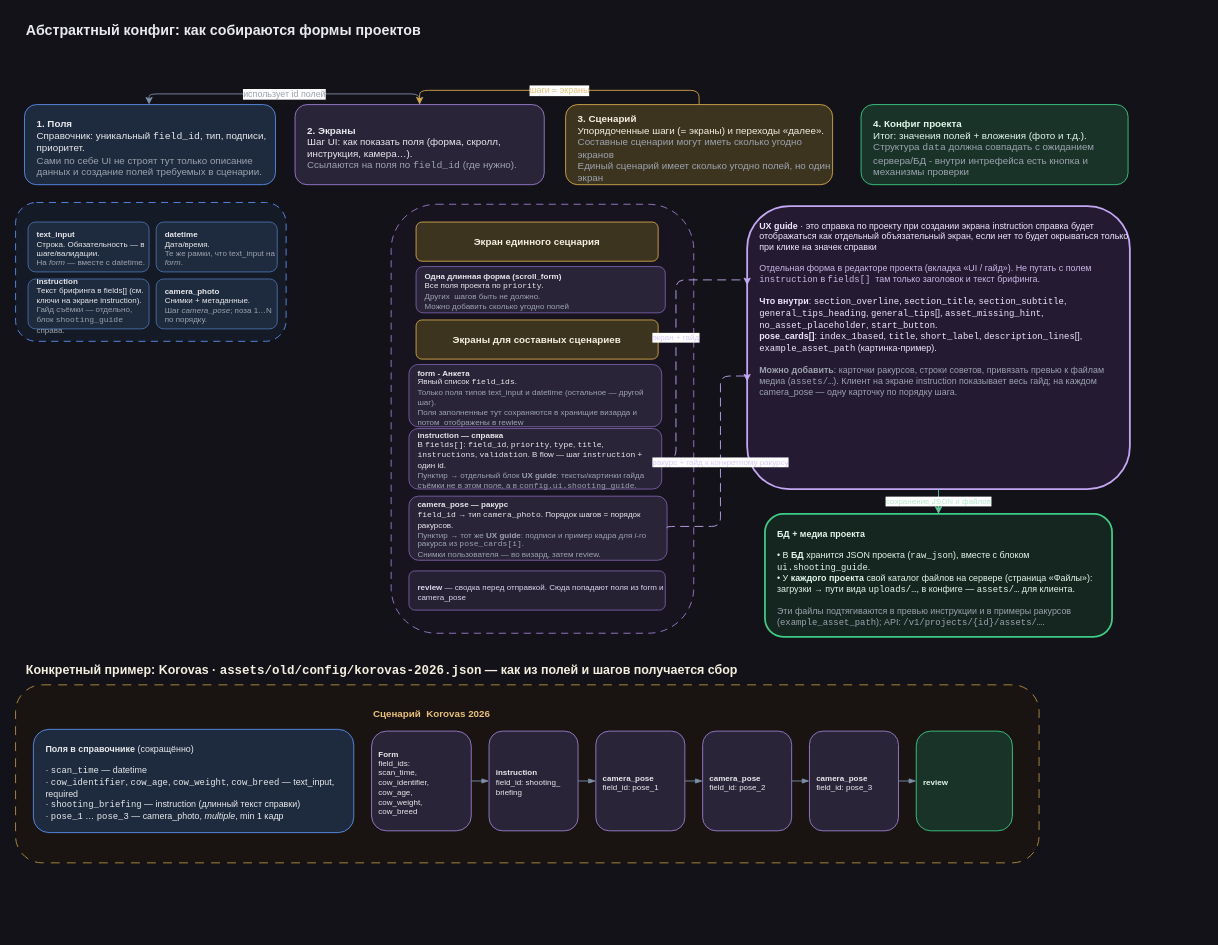
epoch8/data-collector keeps this draw.io diagram as specs/main-scheme/01-abstract-config-entities.drawio. Above is the earlier version. Source tidied: cells renumbered, new cells numbered last; positions are measured from the earlier drawing's top-left corner, leaving out a move shared by most shapes. Both pictures are drawn from the tidied source at 89%, with x=0, y=0 at pixel (15, 15).
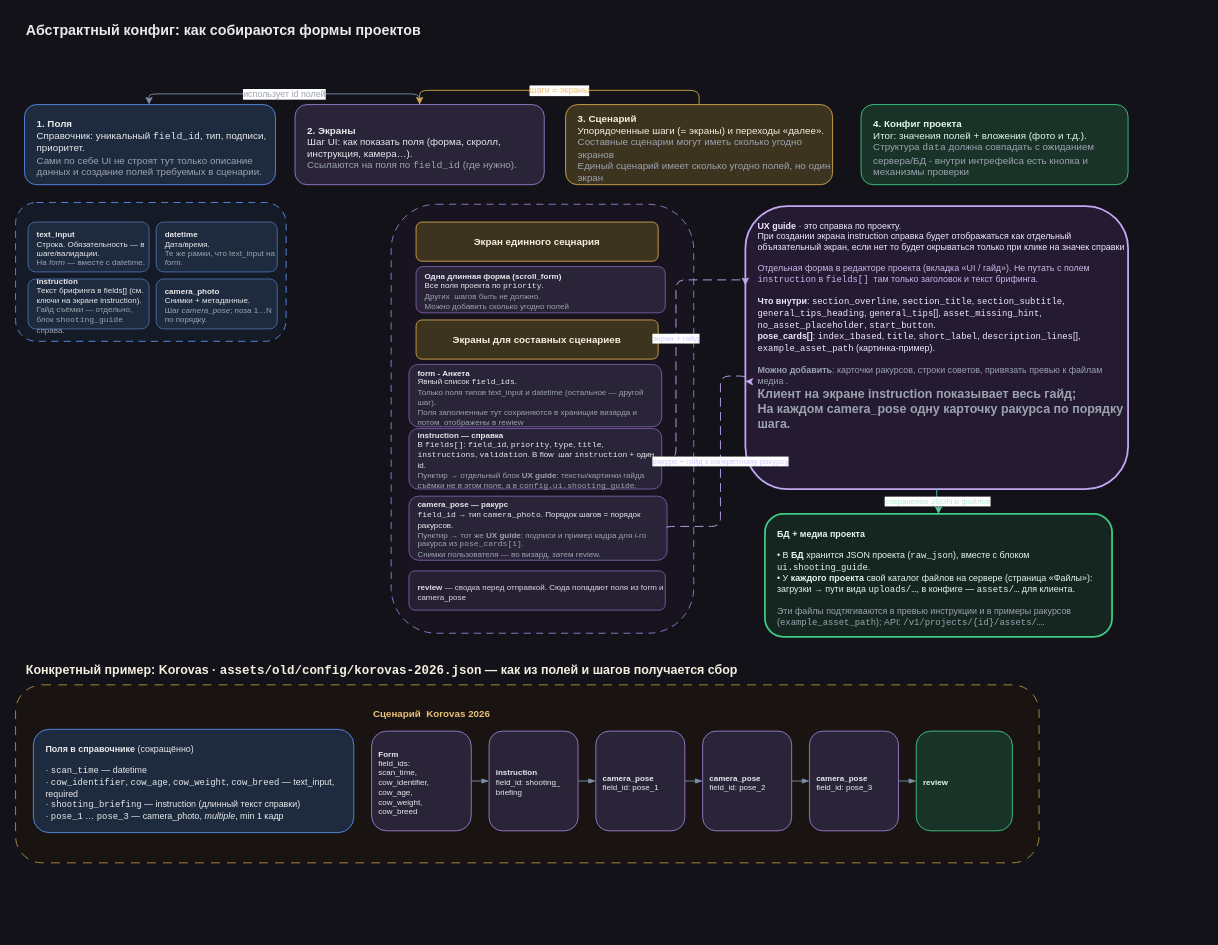
The same page after the edit.

Unchanged cells that the change refers to:
```xml
<mxCell id="25" style="group;" parent="1" vertex="1">
  <mxGeometry x="422" y="212" width="340" height="482" as="geometry" />
</mxCell>
```

The edit, as a diff of the source:
```diff
@@
-    <mxCell id="29" value="&lt;b&gt;instruction — справка&lt;/b&gt;&lt;br&gt;В &lt;code&gt;fields[]&lt;/code&gt;: &lt;code&gt;field_id&lt;/code&gt;, &lt;code&gt;priority&lt;/code&gt;, &lt;code&gt;type&lt;/code&gt;, &lt;code&gt;title&lt;/code&gt;, &lt;code&gt;instructions&lt;/code&gt;, &lt;code&gt;validation&lt;/code&gt;. В flow — шаг &lt;code&gt;instruction&lt;/code&gt; + один id.&lt;br&gt;&lt;span style=&quot;color:#9CA3AF&quot;&gt;Пунктир → отдельный блок &lt;b&gt;UX guide&lt;/b&gt;: тексты/картинки гайда съёмки не в этом поле, а в &lt;code&gt;config.ui.shooting_guide&lt;/code&gt;.&lt;/span&gt;" style="rounded=1;whiteSpace=wrap;html=1;align=left;spacingLeft=8;spacingTop=4;fillColor=#2a2438;strokeColor=#7a5fa8;fontColor=#E8EAED;fontSize=9;" parent="25" vertex="1">
+    <mxCell id="29" value="&lt;b&gt;instruction — справка&lt;/b&gt;&lt;br&gt;В &lt;code&gt;fields[]&lt;/code&gt;: &lt;code&gt;field_id&lt;/code&gt;, &lt;code&gt;priority&lt;/code&gt;, &lt;code&gt;type&lt;/code&gt;, &lt;code&gt;title&lt;/code&gt;, &lt;code&gt;instructions&lt;/code&gt;, &lt;code&gt;validation&lt;/code&gt;. В flow&amp;nbsp; шаг &lt;code&gt;instruction&lt;/code&gt; + один id.&lt;br&gt;&lt;span style=&quot;color:#9CA3AF&quot;&gt;Пунктир → отдельный блок &lt;b&gt;UX guide&lt;/b&gt;: тексты/картинки гайда съёмки не в этом поле, а в &lt;code&gt;config.ui.shooting_guide&lt;/code&gt;.&lt;/span&gt;" style="rounded=1;whiteSpace=wrap;html=1;align=left;spacingLeft=8;spacingTop=4;fillColor=#2a2438;strokeColor=#7a5fa8;fontColor=#E8EAED;fontSize=9;" parent="25" vertex="1">
       <mxGeometry x="20" y="252" width="284" height="68" as="geometry" />
     </mxCell>
@@
-    <mxCell id="41" value="&lt;b&gt;UX guide&lt;/b&gt; · это справка по проекту при создании экрана instruction справка будет отображаться как отдельный объязательный экран, если нет то будет окрываться только при клике на значек справки&lt;br&gt;&lt;br&gt;&lt;span style=&quot;color:#C9B8E8&quot;&gt;Отдельная форма в редакторе проекта (вкладка «UI / гайд»). Не путать с полем &lt;code&gt;instruction&lt;/code&gt; в &lt;code&gt;fields[]&lt;/code&gt;&amp;nbsp; там только заголовок и текст брифинга.&lt;/span&gt;&lt;br&gt;&lt;br&gt;&lt;b&gt;Что внутри&lt;/b&gt;: &lt;code&gt;section_overline&lt;/code&gt;, &lt;code&gt;section_title&lt;/code&gt;, &lt;code&gt;section_subtitle&lt;/code&gt;, &lt;code&gt;general_tips_heading&lt;/code&gt;, &lt;code&gt;general_tips&lt;/code&gt;[], &lt;code&gt;asset_missing_hint&lt;/code&gt;, &lt;code&gt;no_asset_placeholder&lt;/code&gt;, &lt;code&gt;start_button&lt;/code&gt;.&lt;br&gt;&lt;b&gt;pose_cards[]&lt;/b&gt;: &lt;code&gt;index_1based&lt;/code&gt;, &lt;code&gt;title&lt;/code&gt;, &lt;code&gt;short_label&lt;/code&gt;, &lt;code&gt;description_lines&lt;/code&gt;[], &lt;code&gt;example_asset_path&lt;/code&gt; (картинка-пример).&lt;br&gt;&lt;br&gt;&lt;span style=&quot;color:#9CA3AF&quot;&gt;&lt;b&gt;Можно добавить&lt;/b&gt;: карточки ракурсов, строки советов, привязать превью к файлам медиа (&lt;code&gt;assets/…&lt;/code&gt;). Клиент на экране instruction показывает весь гайд; на каждом camera_pose — одну карточку по порядку шага.&lt;/span&gt;" style="rounded=1;whiteSpace=wrap;html=1;align=left;verticalAlign=top;spacingLeft=12;spacingTop=10;fillColor=#241a32;strokeColor=#C4A8F5;strokeWidth=2;fontColor=#F0E8FF;fontSize=10;" parent="1" vertex="1">
-      <mxGeometry x="822" y="214" width="430" height="318" as="geometry" />
+    <mxCell id="41" value="&lt;b&gt;UX guide&lt;/b&gt; · это справка по проекту. &lt;br&gt;При создании экрана instruction справка будет отображаться как отдельный объязательный экран, если нет то будет окрываться только при клике на значек справки&lt;br&gt;&lt;br&gt;&lt;span style=&quot;color:#C9B8E8&quot;&gt;Отдельная форма в редакторе проекта (вкладка «UI / гайд»). Не путать с полем &lt;code&gt;instruction&lt;/code&gt; в &lt;code&gt;fields[]&lt;/code&gt;&amp;nbsp; там только заголовок и текст брифинга.&lt;/span&gt;&lt;br&gt;&lt;br&gt;&lt;b&gt;Что внутри&lt;/b&gt;: &lt;code&gt;section_overline&lt;/code&gt;, &lt;code&gt;section_title&lt;/code&gt;, &lt;code&gt;section_subtitle&lt;/code&gt;, &lt;code&gt;general_tips_heading&lt;/code&gt;, &lt;code&gt;general_tips&lt;/code&gt;[], &lt;code&gt;asset_missing_hint&lt;/code&gt;, &lt;code&gt;no_asset_placeholder&lt;/code&gt;, &lt;code&gt;start_button&lt;/code&gt;.&lt;br&gt;&lt;b&gt;pose_cards[]&lt;/b&gt;: &lt;code&gt;index_1based&lt;/code&gt;, &lt;code&gt;title&lt;/code&gt;, &lt;code&gt;short_label&lt;/code&gt;, &lt;code&gt;description_lines&lt;/code&gt;[], &lt;code&gt;example_asset_path&lt;/code&gt; (картинка-пример).&lt;br&gt;&lt;br&gt;&lt;span style=&quot;color:#9CA3AF&quot;&gt;&lt;b&gt;Можно добавить&lt;/b&gt;: карточки ракурсов, строки советов, привязать превью к файлам медиа . &lt;br&gt;&lt;b&gt;&lt;font style=&quot;font-size: 14px;&quot;&gt;Клиент на экране instruction показывает весь гайд; &lt;br&gt;На каждом camera_pose одну карточку ракурса по порядку шага.&lt;/font&gt;&lt;/b&gt;&lt;/span&gt;" style="rounded=1;whiteSpace=wrap;html=1;align=left;verticalAlign=top;spacingLeft=12;spacingTop=10;fillColor=#241a32;strokeColor=#C4A8F5;strokeWidth=2;fontColor=#F0E8FF;fontSize=10;" parent="1" vertex="1">
+      <mxGeometry x="820" y="214" width="430" height="318" as="geometry" />
     </mxCell>
```
